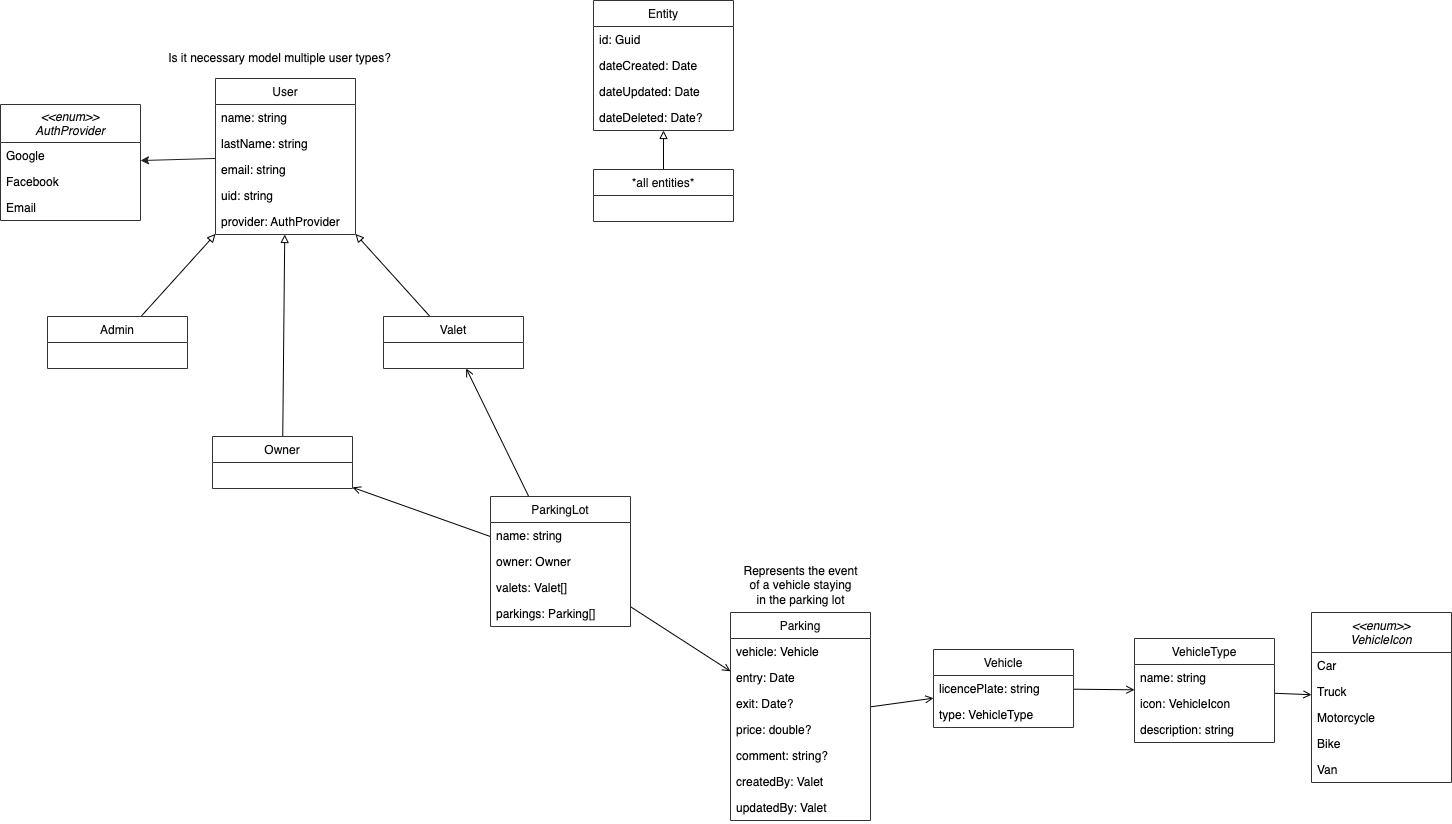
Before: docs/domain/classes.drawio.png, a diagram exported from draw.io (lucasg18c/ParkingSys). Source tidied: cells renumbered, new cells last; positions are measured from the earlier drawing's top-left corner, leaving out a move shared by most shapes.
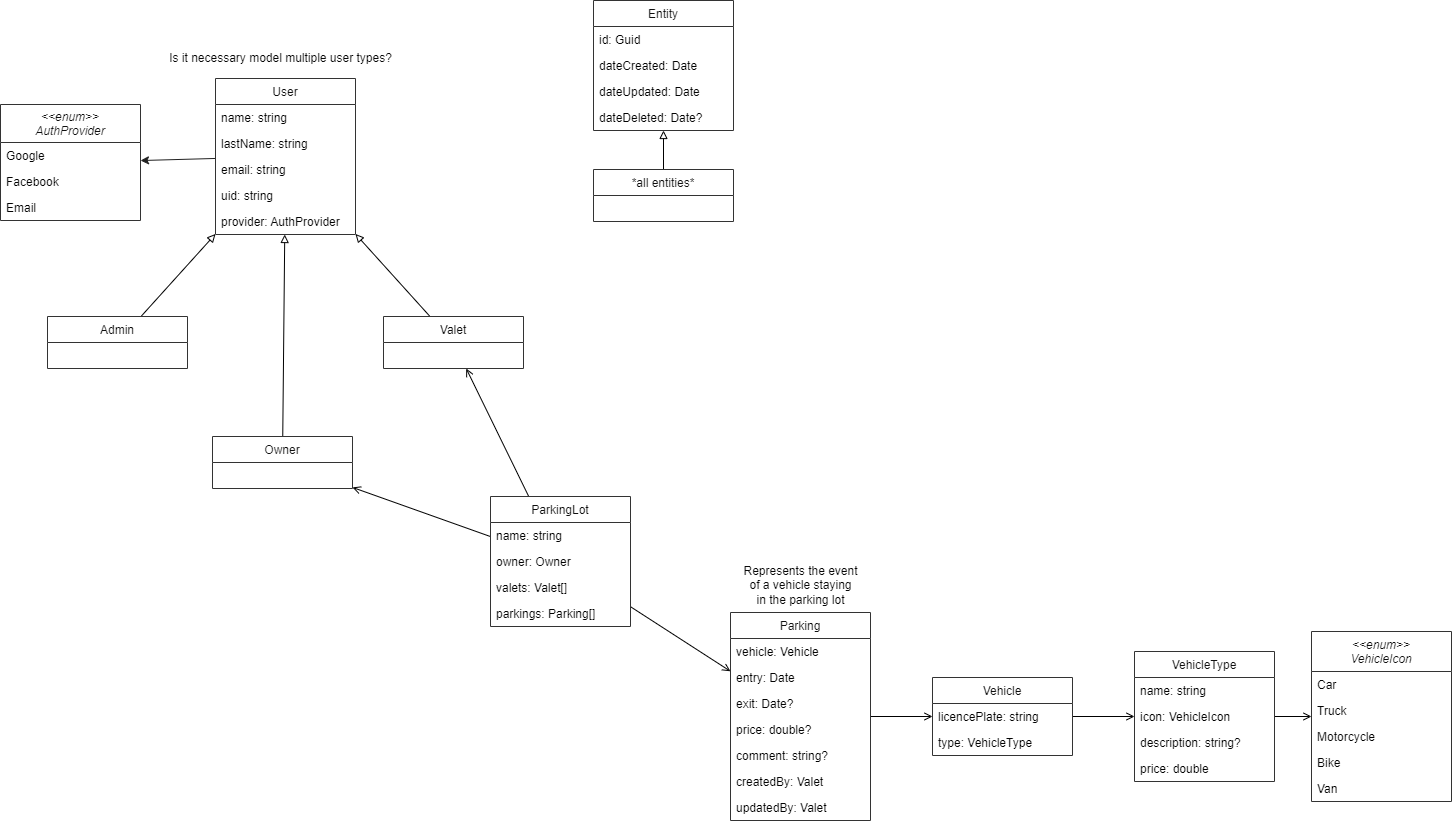
After the change.

Commit message:
vehicle type added price

The edit, as a diff of the source:
```diff
@@ -81,7 +81,7 @@
       <mxGeometry relative="1" as="geometry" />
     </mxCell>
     <mxCell id="28" value="Vehicle" style="swimlane;fontStyle=0;horizontal=1;startSize=26;fillColor=none;strokeColor=#333333;fontColor=#0F0F0F;" parent="1" vertex="1">
-      <mxGeometry x="933" y="649" width="140" height="78" as="geometry" />
+      <mxGeometry x="932" y="677" width="140" height="78" as="geometry" />
     </mxCell>
     <mxCell id="29" value="licencePlate: string" style="text;strokeColor=none;fillColor=none;align=left;verticalAlign=top;spacingLeft=4;spacingRight=4;overflow=hidden;fontColor=#030303;" parent="28" vertex="1">
       <mxGeometry y="26" width="140" height="26" as="geometry" />
@@ -93,7 +93,7 @@
       <mxGeometry relative="1" as="geometry" />
     </mxCell>
     <mxCell id="32" value="VehicleType" style="swimlane;fontStyle=0;horizontal=1;startSize=26;fillColor=none;strokeColor=#333333;fontColor=#0F0F0F;" parent="1" vertex="1">
-      <mxGeometry x="1134" y="638" width="140" height="104" as="geometry" />
+      <mxGeometry x="1134" y="651" width="140" height="130" as="geometry" />
     </mxCell>
     <mxCell id="33" value="name: string" style="text;strokeColor=none;fillColor=none;align=left;verticalAlign=top;spacingLeft=4;spacingRight=4;overflow=hidden;fontColor=#030303;" parent="32" vertex="1">
       <mxGeometry y="26" width="140" height="26" as="geometry" />
@@ -101,11 +101,14 @@
     <mxCell id="34" value="icon: VehicleIcon" style="text;strokeColor=none;fillColor=none;align=left;verticalAlign=top;spacingLeft=4;spacingRight=4;overflow=hidden;fontColor=#030303;" parent="32" vertex="1">
       <mxGeometry y="52" width="140" height="26" as="geometry" />
     </mxCell>
-    <mxCell id="35" value="description: string" style="text;strokeColor=none;fillColor=none;align=left;verticalAlign=top;spacingLeft=4;spacingRight=4;overflow=hidden;fontColor=#030303;" parent="32" vertex="1">
+    <mxCell id="35" value="description: string?" style="text;strokeColor=none;fillColor=none;align=left;verticalAlign=top;spacingLeft=4;spacingRight=4;overflow=hidden;fontColor=#030303;" parent="32" vertex="1">
       <mxGeometry y="78" width="140" height="26" as="geometry" />
     </mxCell>
+    <mxCell id="61" value="price: double" style="text;strokeColor=none;fillColor=none;align=left;verticalAlign=top;spacingLeft=4;spacingRight=4;overflow=hidden;fontColor=#030303;" parent="32" vertex="1">
+      <mxGeometry y="104" width="140" height="26" as="geometry" />
+    </mxCell>
     <mxCell id="36" value="&lt;&lt;enum&gt;&gt;&#10;VehicleIcon" style="swimlane;fontStyle=2;horizontal=1;startSize=40;fillColor=none;strokeColor=#333333;fontColor=#0F0F0F;" parent="1" vertex="1">
-      <mxGeometry x="1311" y="612" width="140" height="170" as="geometry" />
+      <mxGeometry x="1311" y="631" width="140" height="170" as="geometry" />
     </mxCell>
     <mxCell id="37" value="Car" style="text;strokeColor=none;fillColor=none;align=left;verticalAlign=top;spacingLeft=4;spacingRight=4;overflow=hidden;fontColor=#030303;" parent="36" vertex="1">
       <mxGeometry y="40" width="140" height="26" as="geometry" />
```
